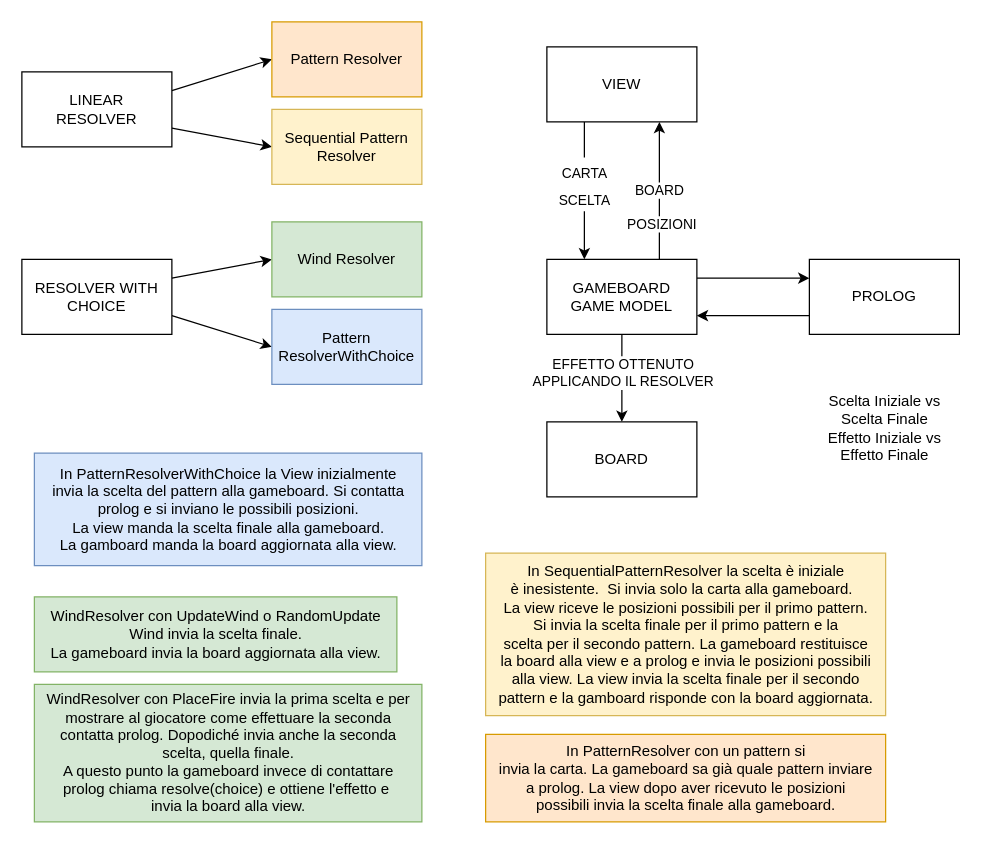
Fight-Fire-With-Scala/Scala-Fire-Tower keeps this draw.io diagram as src/main/asciidoc/assets/drawio/giro.completo.drawio. Above is the earlier version. Source tidied: cells renumbered, new cells numbered last; positions are measured from the earlier drawing's top-left corner, leaving out a move shared by most shapes. Both pictures are drawn from the tidied source at 125%, with x=0, y=0 at pixel (21, 21).
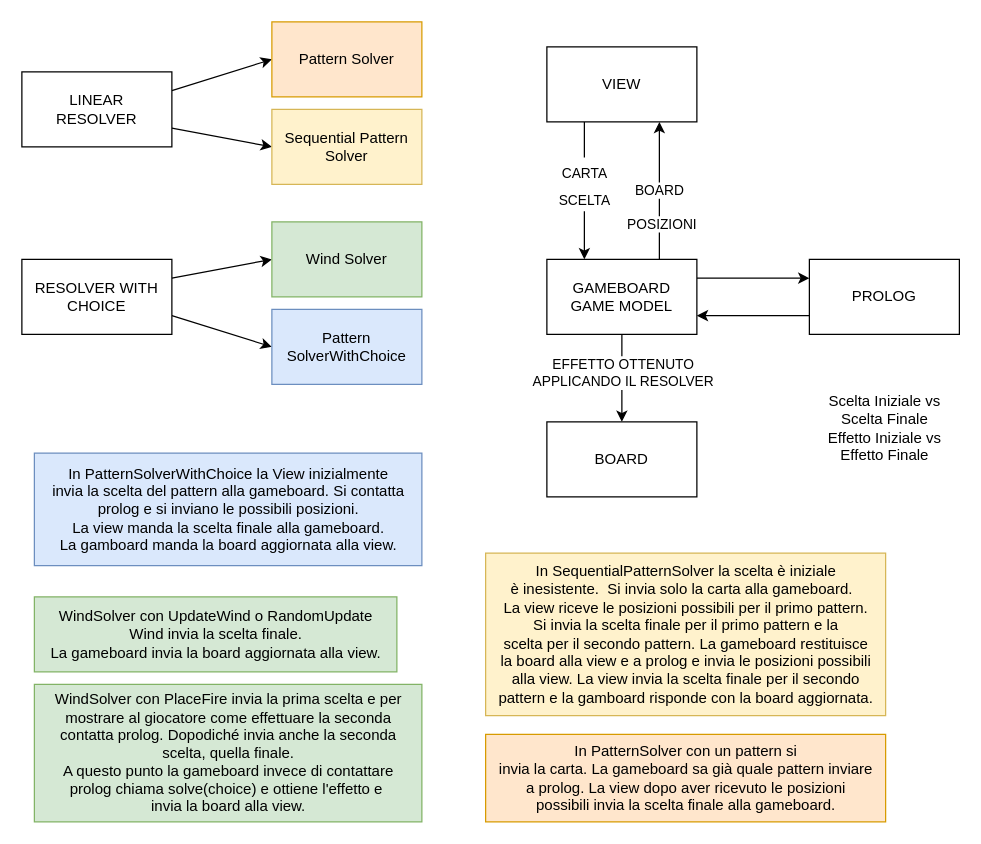
The same page after the edit.

Commit message:
docs: update diagram due to rename

Change to the diagram source:
```diff
@@
-    <mxCell id="13" value="WindResolver con UpdateWind o RandomUpdate &lt;br&gt;Wind invia la scelta finale. &lt;br&gt;La gameboard invia la board aggiornata alla view." style="text;html=1;align=center;verticalAlign=middle;strokeColor=#82b366;fillColor=#d5e8d4;" parent="1" vertex="1">
+    <mxCell id="13" value="WindSolver con UpdateWind o RandomUpdate &lt;br&gt;Wind invia la scelta finale. &lt;br&gt;La gameboard invia la board aggiornata alla view." style="text;html=1;align=center;verticalAlign=middle;strokeColor=#82b366;fillColor=#d5e8d4;" parent="1" vertex="1">
       <mxGeometry x="10" y="460" width="290" height="60" as="geometry" />
     </mxCell>
-    <mxCell id="14" value="WindResolver con PlaceFire invia la prima scelta e per&lt;br&gt;mostrare al giocatore come effettuare la seconda&lt;br&gt;contatta prolog. Dopodiché invia anche la seconda&lt;br&gt;scelta, quella finale. &lt;br&gt;A questo punto la gameboard invece di contattare&lt;br&gt;prolog chiama resolve(choice) e ottiene l'effetto e&amp;nbsp;&lt;br&gt;invia la board alla view." style="text;html=1;align=center;verticalAlign=middle;strokeColor=#82b366;fillColor=#d5e8d4;" parent="1" vertex="1">
+    <mxCell id="14" value="WindSolver con PlaceFire invia la prima scelta e per&lt;br&gt;mostrare al giocatore come effettuare la seconda&lt;br&gt;contatta prolog. Dopodiché invia anche la seconda&lt;br&gt;scelta, quella finale. &lt;br&gt;A questo punto la gameboard invece di contattare&lt;br&gt;prolog chiama solve(choice) e ottiene l'effetto e&amp;nbsp;&lt;br&gt;invia la board alla view." style="text;html=1;align=center;verticalAlign=middle;strokeColor=#82b366;fillColor=#d5e8d4;" parent="1" vertex="1">
       <mxGeometry x="10" y="530" width="310" height="110" as="geometry" />
     </mxCell>
-    <mxCell id="15" value="In PatternResolverWithChoice la View inizialmente &lt;br&gt;invia la scelta del pattern alla gameboard. Si contatta&lt;br&gt;prolog e si inviano le possibili posizioni.&lt;br&gt;La view manda la scelta finale alla gameboard.&lt;br&gt;La gamboard manda la board aggiornata alla view." style="text;html=1;align=center;verticalAlign=middle;strokeColor=#6c8ebf;fillColor=#dae8fc;" parent="1" vertex="1">
+    <mxCell id="15" value="In PatternSolverWithChoice la View inizialmente &lt;br&gt;invia la scelta del pattern alla gameboard. Si contatta&lt;br&gt;prolog e si inviano le possibili posizioni.&lt;br&gt;La view manda la scelta finale alla gameboard.&lt;br&gt;La gamboard manda la board aggiornata alla view." style="text;html=1;align=center;verticalAlign=middle;strokeColor=#6c8ebf;fillColor=#dae8fc;" parent="1" vertex="1">
       <mxGeometry x="10" y="345" width="310" height="90" as="geometry" />
     </mxCell>
-    <mxCell id="16" value="In PatternResolver con un pattern si &lt;br&gt;invia la carta. La gameboard sa già quale pattern inviare &lt;br&gt;a prolog. La view dopo aver ricevuto le posizioni &lt;br&gt;possibili invia la scelta finale alla gameboard." style="text;html=1;align=center;verticalAlign=middle;strokeColor=#d79b00;fillColor=#ffe6cc;" parent="1" vertex="1">
+    <mxCell id="16" value="In PatternSolver con un pattern si &lt;br&gt;invia la carta. La gameboard sa già quale pattern inviare &lt;br&gt;a prolog. La view dopo aver ricevuto le posizioni &lt;br&gt;possibili invia la scelta finale alla gameboard." style="text;html=1;align=center;verticalAlign=middle;strokeColor=#d79b00;fillColor=#ffe6cc;" parent="1" vertex="1">
       <mxGeometry x="371" y="570" width="320" height="70" as="geometry" />
     </mxCell>
-    <mxCell id="17" value="In SequentialPatternResolver&amp;nbsp;la scelta è iniziale &lt;br&gt;è inesistente.&amp;nbsp;&amp;nbsp;Si invia solo la carta alla gameboard.&amp;nbsp;&amp;nbsp;&lt;br&gt;La view riceve le posizioni possibili per il primo pattern.&lt;br&gt;Si invia la scelta finale per il primo pattern e la &lt;br&gt;scelta per il secondo pattern. La gameboard restituisce &lt;br&gt;la board alla view e a prolog e invia le posizioni possibili&lt;br&gt;alla view. La view invia la scelta finale per il secondo &lt;br&gt;pattern e la gamboard risponde con la board aggiornata." style="text;html=1;align=center;verticalAlign=middle;strokeColor=#d6b656;fillColor=#fff2cc;" parent="1" vertex="1">
+    <mxCell id="17" value="In SequentialPatternSolver&amp;nbsp;la scelta è iniziale &lt;br&gt;è inesistente.&amp;nbsp;&amp;nbsp;Si invia solo la carta alla gameboard.&amp;nbsp;&amp;nbsp;&lt;br&gt;La view riceve le posizioni possibili per il primo pattern.&lt;br&gt;Si invia la scelta finale per il primo pattern e la &lt;br&gt;scelta per il secondo pattern. La gameboard restituisce &lt;br&gt;la board alla view e a prolog e invia le posizioni possibili&lt;br&gt;alla view. La view invia la scelta finale per il secondo &lt;br&gt;pattern e la gamboard risponde con la board aggiornata." style="text;html=1;align=center;verticalAlign=middle;strokeColor=#d6b656;fillColor=#fff2cc;" parent="1" vertex="1">
       <mxGeometry x="371" y="425" width="320" height="130" as="geometry" />
     </mxCell>
@@
-    <mxCell id="25" value="&lt;span style=&quot;&quot;&gt;Sequential Pattern Resolver&lt;/span&gt;" style="rounded=0;whiteSpace=wrap;html=1;fillColor=#fff2cc;strokeColor=#d6b656;" parent="1" vertex="1">
+    <mxCell id="25" value="&lt;span style=&quot;&quot;&gt;Sequential Pattern Solver&lt;/span&gt;" style="rounded=0;whiteSpace=wrap;html=1;fillColor=#fff2cc;strokeColor=#d6b656;" parent="1" vertex="1">
       <mxGeometry x="200" y="70" width="120" height="60" as="geometry" />
     </mxCell>
-    <mxCell id="26" value="&lt;span style=&quot;&quot;&gt;Pattern ResolverWithChoice&lt;/span&gt;" style="rounded=0;whiteSpace=wrap;html=1;fillColor=#dae8fc;strokeColor=#6c8ebf;" parent="1" vertex="1">
+    <mxCell id="26" value="&lt;span style=&quot;&quot;&gt;Pattern SolverWithChoice&lt;/span&gt;" style="rounded=0;whiteSpace=wrap;html=1;fillColor=#dae8fc;strokeColor=#6c8ebf;" parent="1" vertex="1">
       <mxGeometry x="200" y="230" width="120" height="60" as="geometry" />
     </mxCell>
-    <mxCell id="27" value="&lt;span style=&quot;&quot;&gt;Wind Resolver&lt;/span&gt;" style="rounded=0;whiteSpace=wrap;html=1;fillColor=#d5e8d4;strokeColor=#82b366;" parent="1" vertex="1">
+    <mxCell id="27" value="&lt;span style=&quot;&quot;&gt;Wind Solver&lt;/span&gt;" style="rounded=0;whiteSpace=wrap;html=1;fillColor=#d5e8d4;strokeColor=#82b366;" parent="1" vertex="1">
       <mxGeometry x="200" y="160" width="120" height="60" as="geometry" />
     </mxCell>
-    <mxCell id="28" value="&lt;span style=&quot;&quot;&gt;Pattern Resolver&lt;/span&gt;" style="rounded=0;whiteSpace=wrap;html=1;fillColor=#ffe6cc;strokeColor=#d79b00;" parent="1" vertex="1">
+    <mxCell id="28" value="&lt;span style=&quot;&quot;&gt;Pattern Solver&lt;/span&gt;" style="rounded=0;whiteSpace=wrap;html=1;fillColor=#ffe6cc;strokeColor=#d79b00;" parent="1" vertex="1">
       <mxGeometry x="200" width="120" height="60" as="geometry" />
     </mxCell>
```
